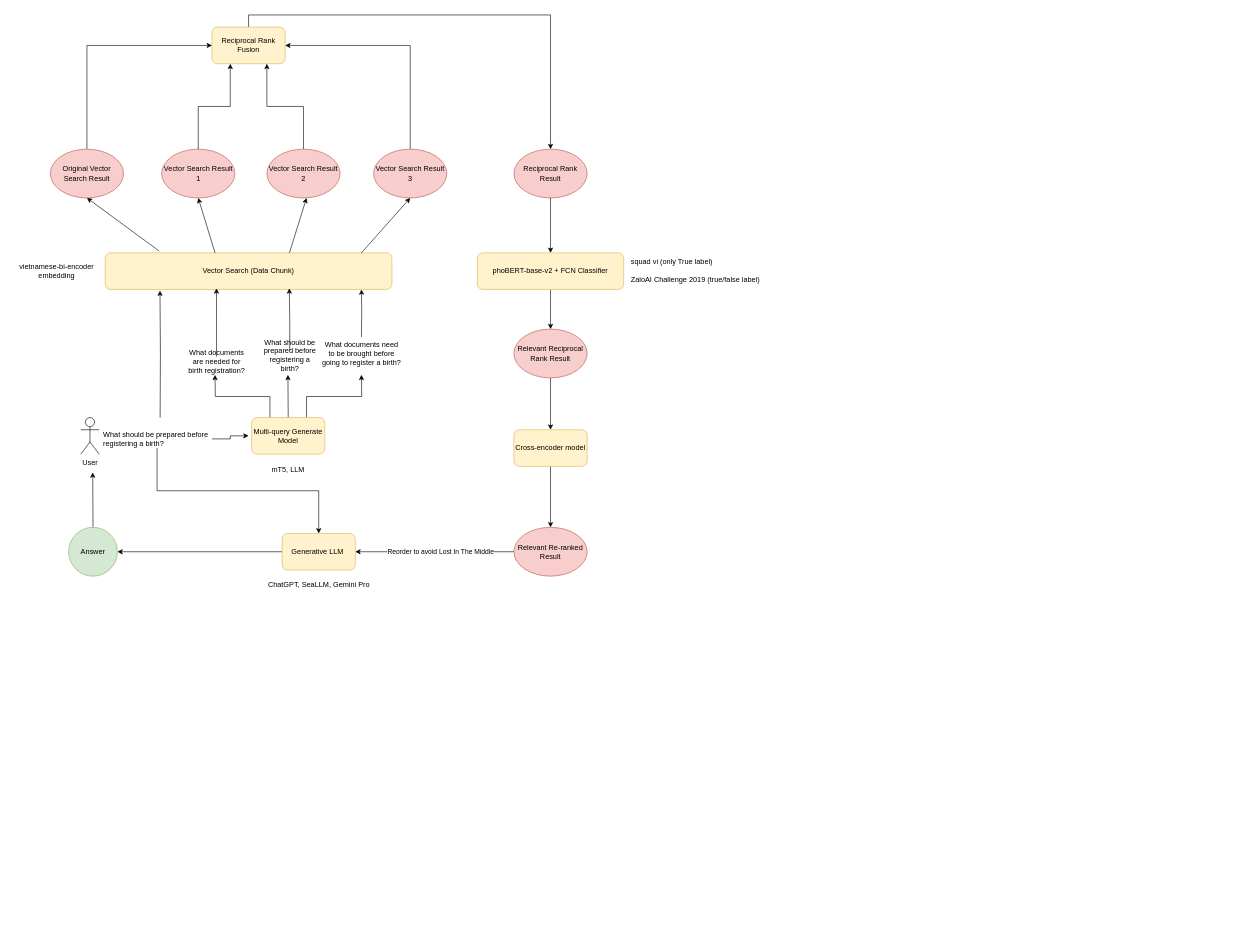
The draw.io diagram thesis/assets/drawio/RAG.drawio in TranHuyZIT/cantho-public-services, before the edit. Source tidied: cells renumbered, new cells numbered last; positions are measured from the earlier drawing's top-left corner, leaving out a move shared by most shapes. Both pictures are drawn from the tidied source at 61%, with x=0, y=0 at pixel (10, 27).
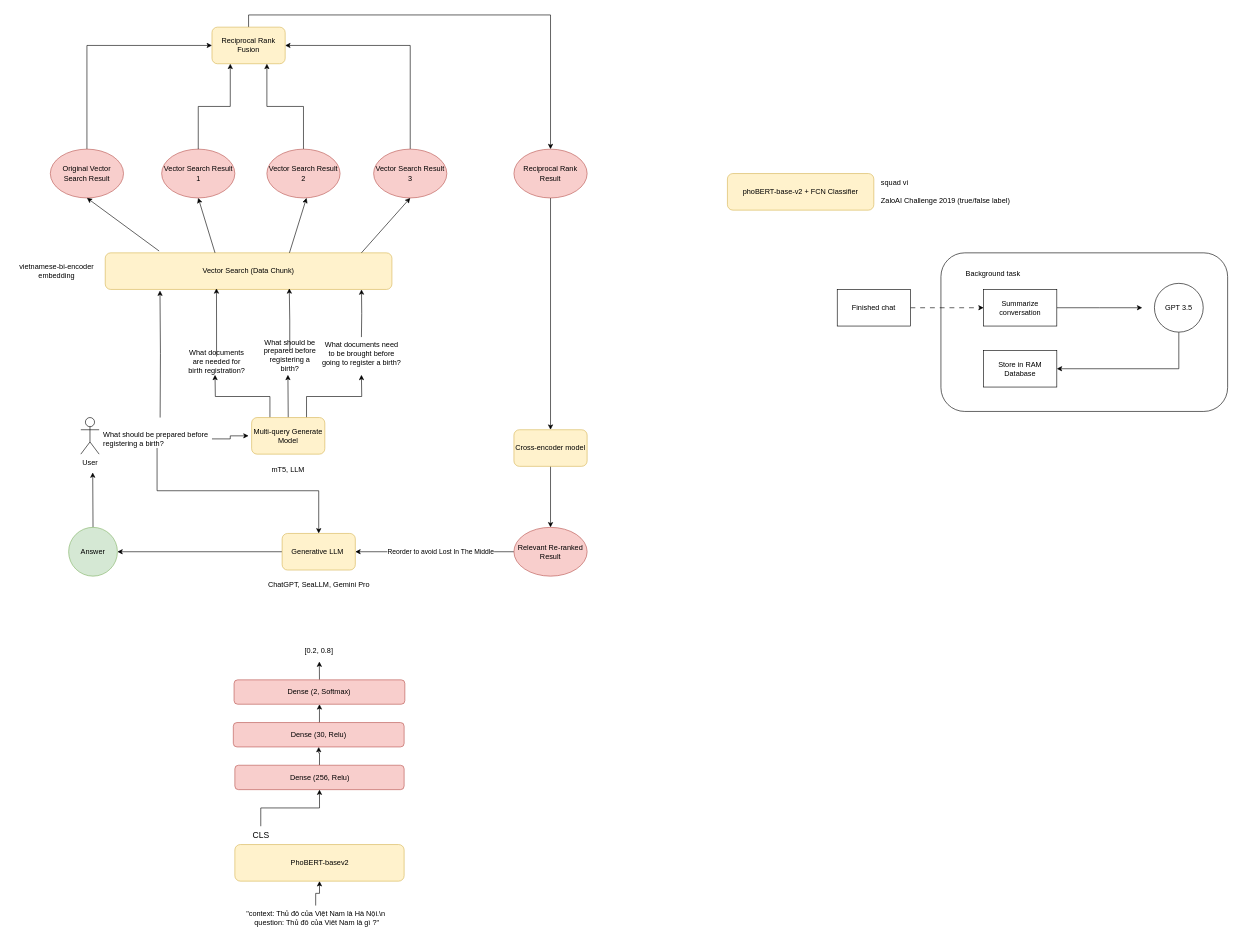
After the change.

Unchanged cells that the change refers to:
```xml
<mxCell id="35" value="Reciprocal Rank Result" style="ellipse;whiteSpace=wrap;html=1;fillColor=#f8cecc;strokeColor=#b85450;" parent="1" vertex="1">
  <mxGeometry x="825" y="200" width="120" height="80" as="geometry" />
</mxCell>
<mxCell id="44" value="Cross-encoder model" style="rounded=1;whiteSpace=wrap;html=1;fillColor=#fff2cc;strokeColor=#d6b656;" parent="1" vertex="1">
  <mxGeometry x="825" y="660" width="120" height="60" as="geometry" />
</mxCell>
```

Diff of the diagram source:
```diff
@@
+    <mxCell id="54" style="edgeStyle=orthogonalEdgeStyle;rounded=0;jettySize=auto;html=1;exitX=0.5;exitY=1;exitDx=0;exitDy=0;entryX=0.5;entryY=0;entryDx=0;entryDy=0;" parent="1" edge="1" source="35" target="44">
+      <mxGeometry relative="1" as="geometry" />
+    </mxCell>
@@
-    <mxCell id="36" style="edgeStyle=orthogonalEdgeStyle;rounded=0;jettySize=auto;html=1;exitX=0.5;exitY=1;exitDx=0;exitDy=0;entryX=0.5;entryY=0;entryDx=0;entryDy=0;" parent="1" edge="1" source="37" target="42">
-      <mxGeometry relative="1" as="geometry" />
-    </mxCell>
     <mxCell id="37" value="phoBERT-base-v2 + FCN Classifier" style="rounded=1;whiteSpace=wrap;html=1;fillColor=#fff2cc;strokeColor=#d6b656;" parent="1" vertex="1">
-      <mxGeometry x="765" y="370" width="240" height="60" as="geometry" />
+      <mxGeometry x="1175" y="240" width="240" height="60" as="geometry" />
     </mxCell>
-    <mxCell id="38" style="edgeStyle=orthogonalEdgeStyle;rounded=0;jettySize=auto;html=1;exitX=0.5;exitY=1;exitDx=0;exitDy=0;entryX=0.5;entryY=0;entryDx=0;entryDy=0;" parent="1" edge="1" source="35" target="37">
-      <mxGeometry relative="1" as="geometry" />
-    </mxCell>
-    <mxCell id="39" value="squad vi (only True label)" style="text;html=1;align=left;verticalAlign=middle;strokeColor=none;fillColor=none;" parent="1" vertex="1">
-      <mxGeometry x="1015" y="370" width="160" height="30" as="geometry" />
+    <mxCell id="39" value="squad vi" style="text;html=1;align=left;verticalAlign=middle;strokeColor=none;fillColor=none;" parent="1" vertex="1">
+      <mxGeometry x="1425" y="240" width="70" height="30" as="geometry" />
     </mxCell>
     <mxCell id="40" value="ZaloAI Challenge 2019 (true/false label)" style="text;html=1;align=left;verticalAlign=middle;strokeColor=none;fillColor=none;" parent="1" vertex="1">
-      <mxGeometry x="1015" y="400" width="230" height="30" as="geometry" />
+      <mxGeometry x="1425" y="270" width="230" height="30" as="geometry" />
     </mxCell>
-    <mxCell id="41" style="edgeStyle=orthogonalEdgeStyle;rounded=0;jettySize=auto;html=1;exitX=0.5;exitY=1;exitDx=0;exitDy=0;entryX=0.5;entryY=0;entryDx=0;entryDy=0;" parent="1" edge="1" source="42" target="44">
-      <mxGeometry relative="1" as="geometry" />
-    </mxCell>
-    <mxCell id="42" value="Relevant Reciprocal Rank Result" style="ellipse;whiteSpace=wrap;html=1;fillColor=#f8cecc;strokeColor=#b85450;" parent="1" vertex="1">
-      <mxGeometry x="825" y="495" width="120" height="80" as="geometry" />
-    </mxCell>
@@
+    <mxCell id="55" value="PhoBERT-basev2" style="rounded=1;whiteSpace=wrap;html=1;fillColor=#fff2cc;strokeColor=#d6b656;" parent="1" vertex="1">
+      <mxGeometry x="367.5" y="1340" width="277.5" height="60" as="geometry" />
+    </mxCell>
+    <mxCell id="56" value="&lt;font style=&quot;font-size: 14px;&quot;&gt;CLS&lt;/font&gt;" style="text;html=1;align=center;verticalAlign=middle;points=[];strokeColor=none;fillColor=none;" parent="1" vertex="1">
+      <mxGeometry x="385" y="1310" width="50" height="30" as="geometry" />
+    </mxCell>
+    <mxCell id="57" style="edgeStyle=orthogonalEdgeStyle;rounded=0;jettySize=auto;html=1;exitX=0.5;exitY=0;exitDx=0;exitDy=0;" parent="1" edge="1" source="58" target="60">
+      <mxGeometry relative="1" as="geometry" />
+    </mxCell>
+    <mxCell id="58" value="Dense (256, Relu)" style="rounded=1;whiteSpace=wrap;html=1;fillColor=#f8cecc;strokeColor=#b85450;" parent="1" vertex="1">
+      <mxGeometry x="367.5" y="1210" width="277.5" height="40" as="geometry" />
+    </mxCell>
+    <mxCell id="59" style="edgeStyle=orthogonalEdgeStyle;rounded=0;jettySize=auto;html=1;exitX=0.5;exitY=0;exitDx=0;exitDy=0;entryX=0.5;entryY=1;entryDx=0;entryDy=0;" parent="1" edge="1" source="60" target="63">
+      <mxGeometry relative="1" as="geometry" />
+    </mxCell>
+    <mxCell id="60" value="Dense (30, Relu)" style="rounded=1;whiteSpace=wrap;html=1;fillColor=#f8cecc;strokeColor=#b85450;" parent="1" vertex="1">
+      <mxGeometry x="365" y="1140" width="280" height="40" as="geometry" />
+    </mxCell>
+    <mxCell id="61" style="edgeStyle=orthogonalEdgeStyle;rounded=0;jettySize=auto;html=1;entryX=0.5;entryY=1;entryDx=0;entryDy=0;" parent="1" edge="1" source="56" target="58">
+      <mxGeometry relative="1" as="geometry" />
+    </mxCell>
+    <mxCell id="62" style="edgeStyle=orthogonalEdgeStyle;rounded=0;jettySize=auto;html=1;exitX=0.5;exitY=0;exitDx=0;exitDy=0;" parent="1" edge="1" source="63">
+      <mxGeometry relative="1" as="geometry">
+        <mxPoint x="506" y="1040" as="targetPoint" />
+      </mxGeometry>
+    </mxCell>
+    <mxCell id="63" value="Dense (2, Softmax)" style="rounded=1;whiteSpace=wrap;html=1;fillColor=#f8cecc;strokeColor=#b85450;" parent="1" vertex="1">
+      <mxGeometry x="366.2" y="1070" width="280" height="40" as="geometry" />
+    </mxCell>
+    <mxCell id="64" value="[0.2, 0.8]" style="text;html=1;align=center;verticalAlign=middle;strokeColor=none;fillColor=none;" parent="1" vertex="1">
+      <mxGeometry x="470" y="1008" width="70" height="30" as="geometry" />
+    </mxCell>
+    <mxCell id="65" style="edgeStyle=orthogonalEdgeStyle;rounded=0;jettySize=auto;html=1;entryX=0.5;entryY=1;entryDx=0;entryDy=0;" parent="1" edge="1" source="66" target="55">
+      <mxGeometry relative="1" as="geometry" />
+    </mxCell>
+    <mxCell id="66" value="&quot;context: Thủ đô của Việt Nam là Hà Nội.\n&lt;div&gt;&amp;nbsp;question: Thủ đô của Viêt Nam là gì ?&quot;&lt;/div&gt;" style="text;html=1;align=center;verticalAlign=middle;points=[];strokeColor=none;fillColor=none;" parent="1" vertex="1">
+      <mxGeometry x="375" y="1440" width="250" height="40" as="geometry" />
+    </mxCell>
+    <mxCell id="67" style="edgeStyle=orthogonalEdgeStyle;rounded=0;jettySize=auto;html=1;exitX=1;exitY=0.5;exitDx=0;exitDy=0;" parent="1" edge="1" source="68">
+      <mxGeometry relative="1" as="geometry">
+        <mxPoint x="1855" y="460" as="targetPoint" />
+      </mxGeometry>
+    </mxCell>
+    <mxCell id="68" value="Summarize conversation" style="rounded=0;whiteSpace=wrap;html=1;" parent="1" vertex="1">
+      <mxGeometry x="1595" y="430" width="120" height="60" as="geometry" />
+    </mxCell>
+    <mxCell id="69" value="Background task" style="text;html=1;align=center;verticalAlign=middle;strokeColor=none;fillColor=none;" parent="1" vertex="1">
+      <mxGeometry x="1555" y="390" width="110" height="30" as="geometry" />
+    </mxCell>
+    <mxCell id="70" style="edgeStyle=orthogonalEdgeStyle;rounded=0;jettySize=auto;html=1;exitX=0.5;exitY=1;exitDx=0;exitDy=0;entryX=1;entryY=0.5;entryDx=0;entryDy=0;" parent="1" edge="1" source="71" target="72">
+      <mxGeometry relative="1" as="geometry" />
+    </mxCell>
+    <mxCell id="71" value="GPT 3.5" style="ellipse;whiteSpace=wrap;html=1;" parent="1" vertex="1">
+      <mxGeometry x="1875" y="420" width="80" height="80" as="geometry" />
+    </mxCell>
+    <mxCell id="72" value="Store in RAM Database" style="rounded=0;whiteSpace=wrap;html=1;" parent="1" vertex="1">
+      <mxGeometry x="1595" y="530" width="120" height="60" as="geometry" />
+    </mxCell>
+    <mxCell id="73" style="edgeStyle=orthogonalEdgeStyle;rounded=0;jettySize=auto;html=1;exitX=1;exitY=0.5;exitDx=0;exitDy=0;entryX=0;entryY=0.5;entryDx=0;entryDy=0;dashed=1;dashPattern=8 8;" parent="1" edge="1" source="74" target="68">
+      <mxGeometry relative="1" as="geometry" />
+    </mxCell>
+    <mxCell id="74" value="Finished chat" style="whiteSpace=wrap;html=1;" parent="1" vertex="1">
+      <mxGeometry x="1355" y="430" width="120" height="60" as="geometry" />
+    </mxCell>
+    <mxCell id="75" style="rounded=1;whiteSpace=wrap;html=1;fillColor=none;" parent="1" vertex="1">
+      <mxGeometry x="1525" y="370" width="470" height="260" as="geometry" />
+    </mxCell>
```
